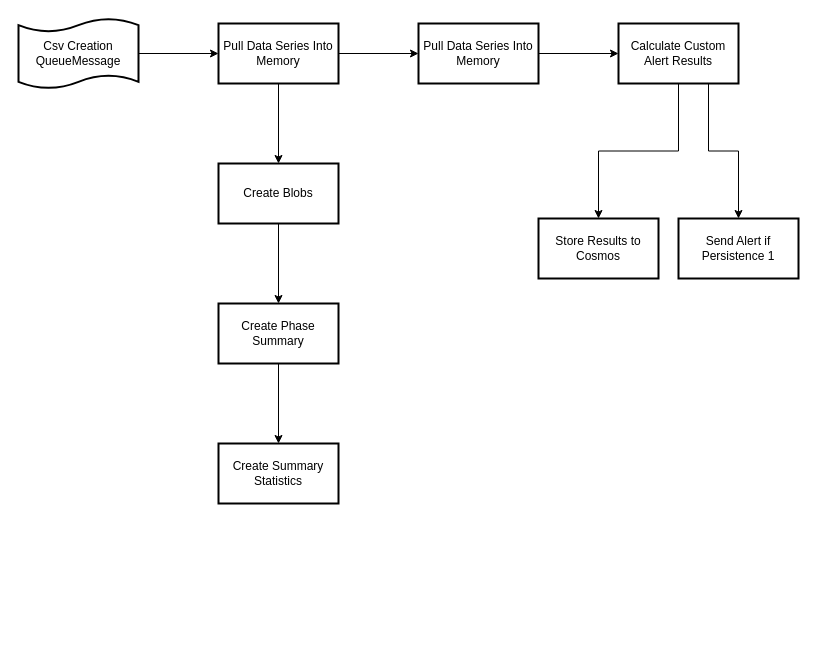
rowana16/DrawIO keeps this draw.io diagram as FF Parse - cs.drawio. Above is the earlier version. Source tidied: cells renumbered, new cells numbered last; positions are measured from the earlier drawing's top-left corner, leaving out a move shared by most shapes. Both pictures are drawn from the tidied source at 100%, with x=0, y=0 at pixel (18, 18).
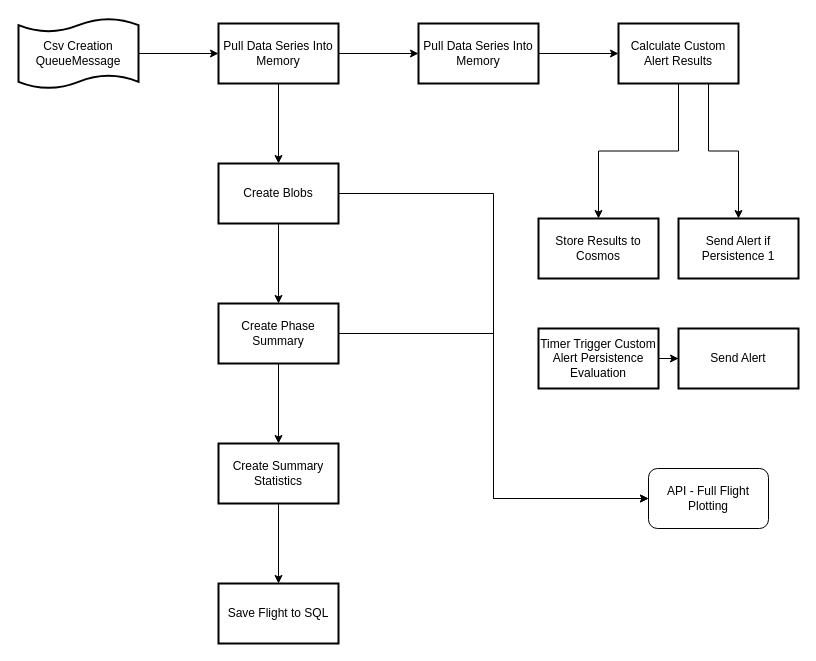
The same page after the edit.

The change refers to these unchanged cells:
```xml
<mxCell id="10" value="Create Blobs" style="whiteSpace=wrap;html=1;strokeWidth=2;" parent="1" vertex="1">
  <mxGeometry x="200" y="145" width="120" height="60" as="geometry" />
</mxCell>
<mxCell id="12" value="Create Phase Summary" style="whiteSpace=wrap;html=1;strokeWidth=2;" parent="1" vertex="1">
  <mxGeometry x="200" y="285" width="120" height="60" as="geometry" />
</mxCell>
<mxCell id="13" value="Create Summary Statistics" style="whiteSpace=wrap;html=1;strokeWidth=2;" parent="1" vertex="1">
  <mxGeometry x="200" y="425" width="120" height="60" as="geometry" />
</mxCell>
```

The edit, as a diff of the source:
```diff
@@
+    <mxCell id="19" style="edgeStyle=orthogonalEdgeStyle;rounded=0;jettySize=auto;html=1;entryX=0;entryY=0.5;entryDx=0;entryDy=0;" parent="1" edge="1" source="10" target="22">
+      <mxGeometry relative="1" as="geometry" />
+    </mxCell>
@@
+    <mxCell id="20" style="edgeStyle=orthogonalEdgeStyle;rounded=0;jettySize=auto;html=1;entryX=0;entryY=0.5;entryDx=0;entryDy=0;" parent="1" edge="1" source="12" target="22">
+      <mxGeometry relative="1" as="geometry" />
+    </mxCell>
@@
+    <mxCell id="21" style="edgeStyle=orthogonalEdgeStyle;rounded=0;jettySize=auto;html=1;" parent="1" edge="1" source="13" target="26">
+      <mxGeometry relative="1" as="geometry" />
+    </mxCell>
@@
+    <mxCell id="22" value="API - Full Flight Plotting" style="rounded=1;whiteSpace=wrap;html=1;" parent="1" vertex="1">
+      <mxGeometry x="630" y="450" width="120" height="60" as="geometry" />
+    </mxCell>
+    <mxCell id="23" style="edgeStyle=orthogonalEdgeStyle;rounded=0;jettySize=auto;html=1;" parent="1" edge="1" source="24" target="25">
+      <mxGeometry relative="1" as="geometry" />
+    </mxCell>
+    <mxCell id="24" value="Timer Trigger Custom Alert Persistence Evaluation" style="whiteSpace=wrap;html=1;strokeWidth=2;" parent="1" vertex="1">
+      <mxGeometry x="520" y="310" width="120" height="60" as="geometry" />
+    </mxCell>
+    <mxCell id="25" value="Send Alert" style="whiteSpace=wrap;html=1;strokeWidth=2;" parent="1" vertex="1">
+      <mxGeometry x="660" y="310" width="120" height="60" as="geometry" />
+    </mxCell>
+    <mxCell id="26" value="Save Flight to SQL" style="whiteSpace=wrap;html=1;strokeWidth=2;" parent="1" vertex="1">
+      <mxGeometry x="200" y="565" width="120" height="60" as="geometry" />
+    </mxCell>
```
